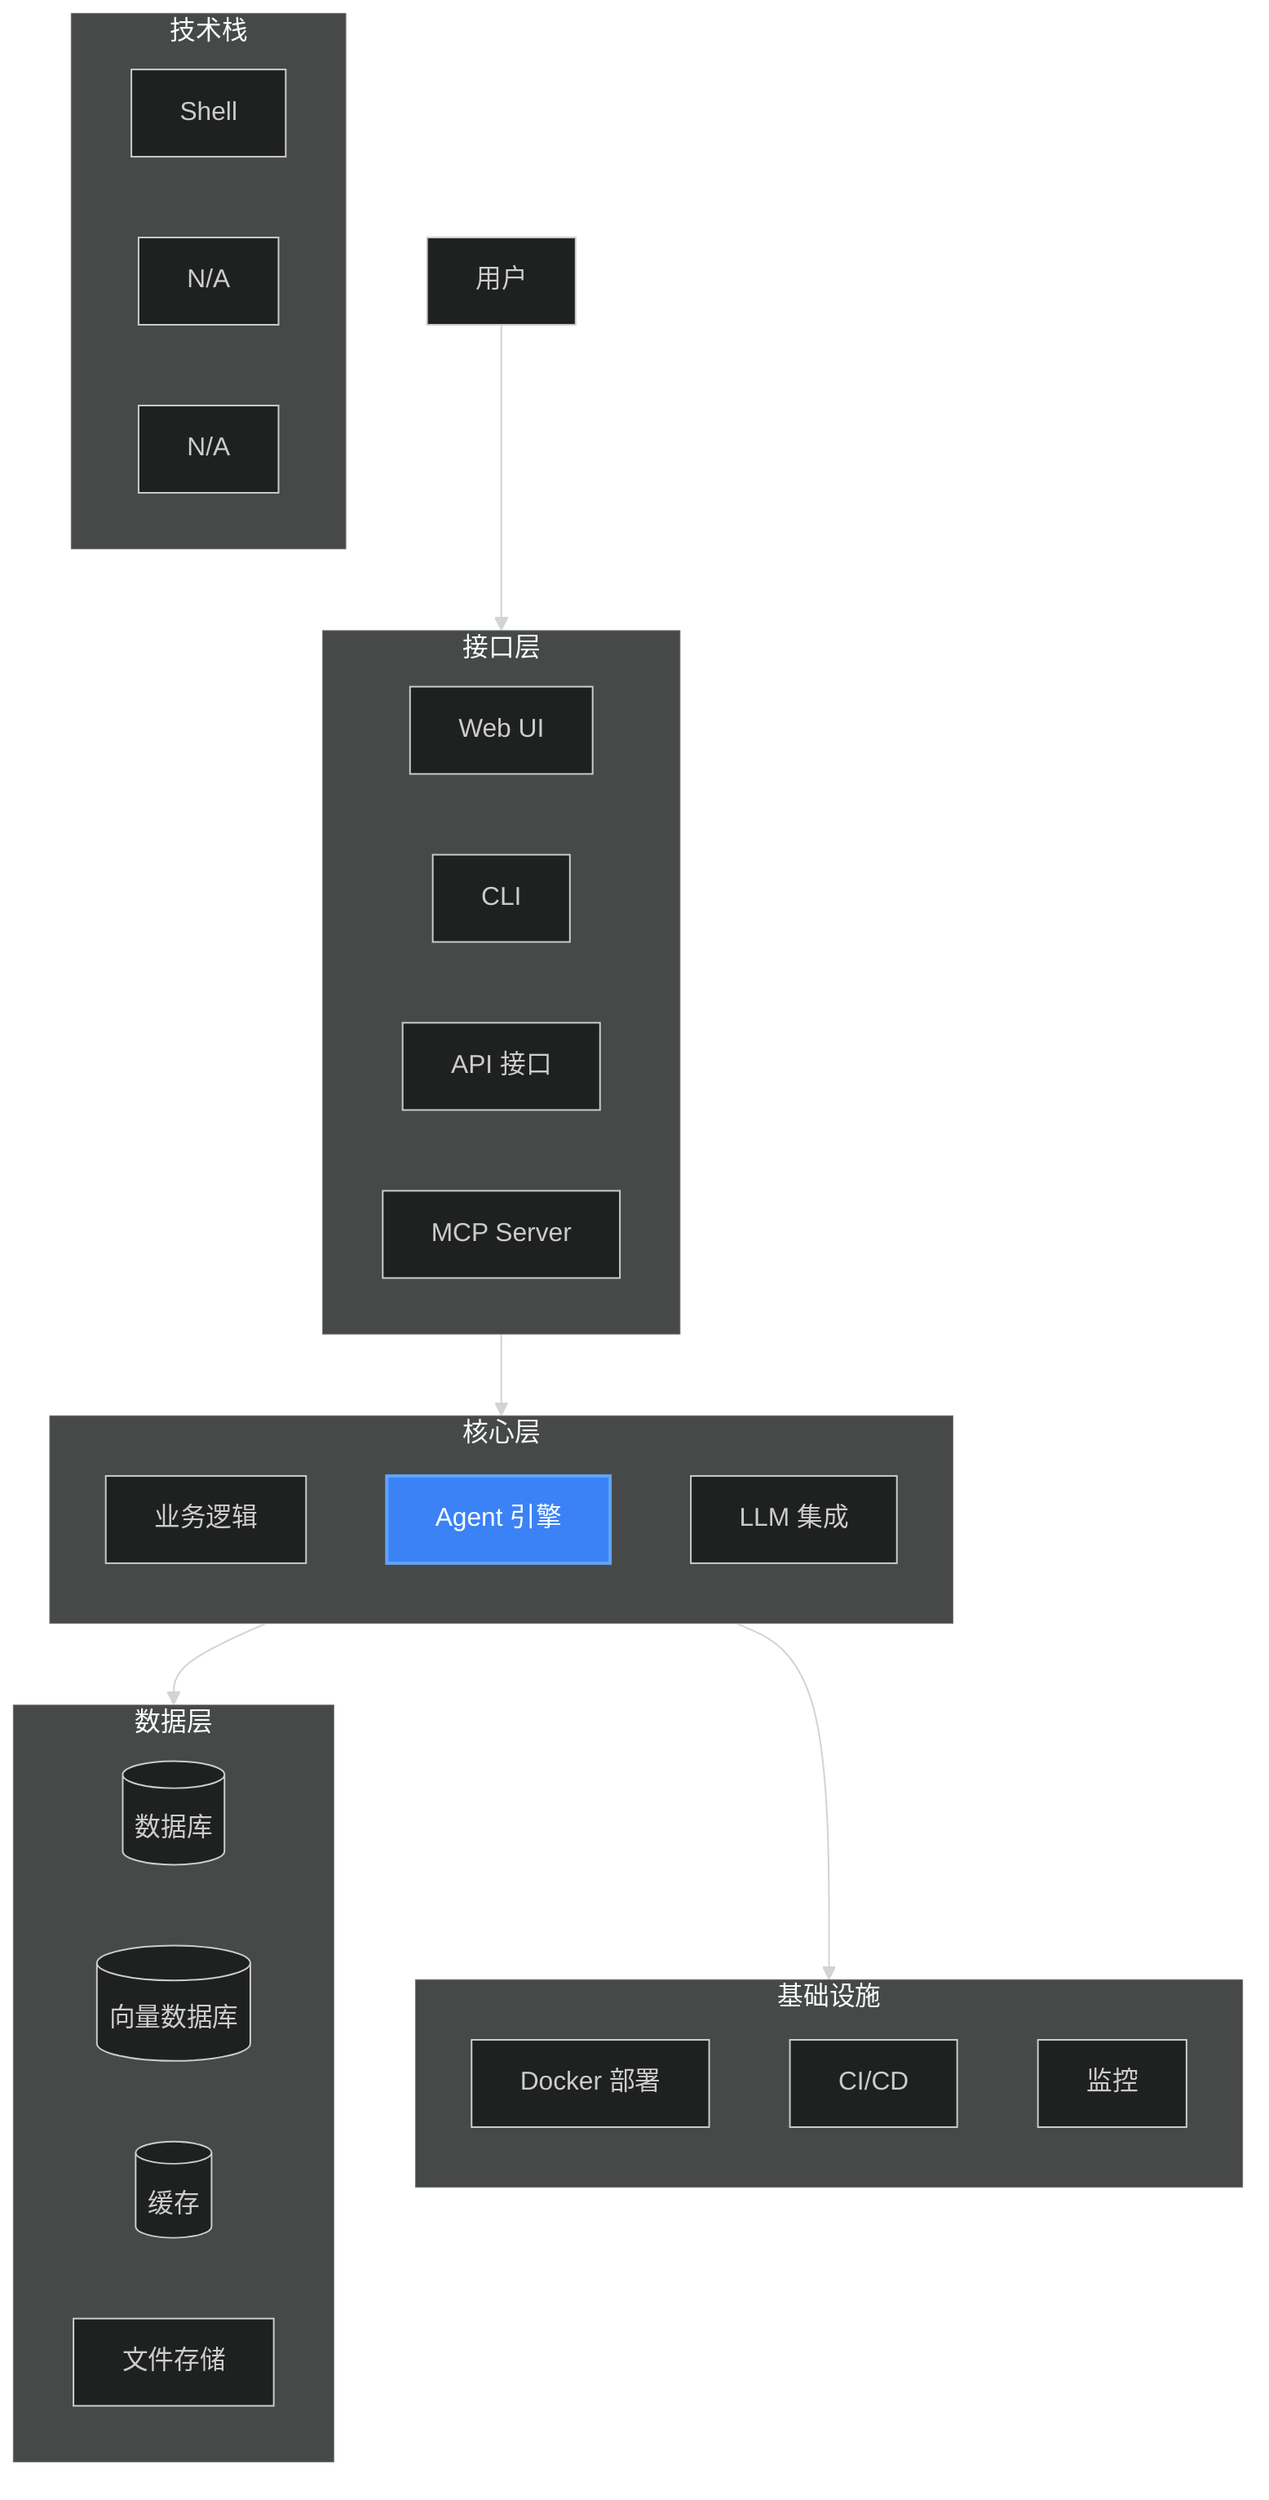
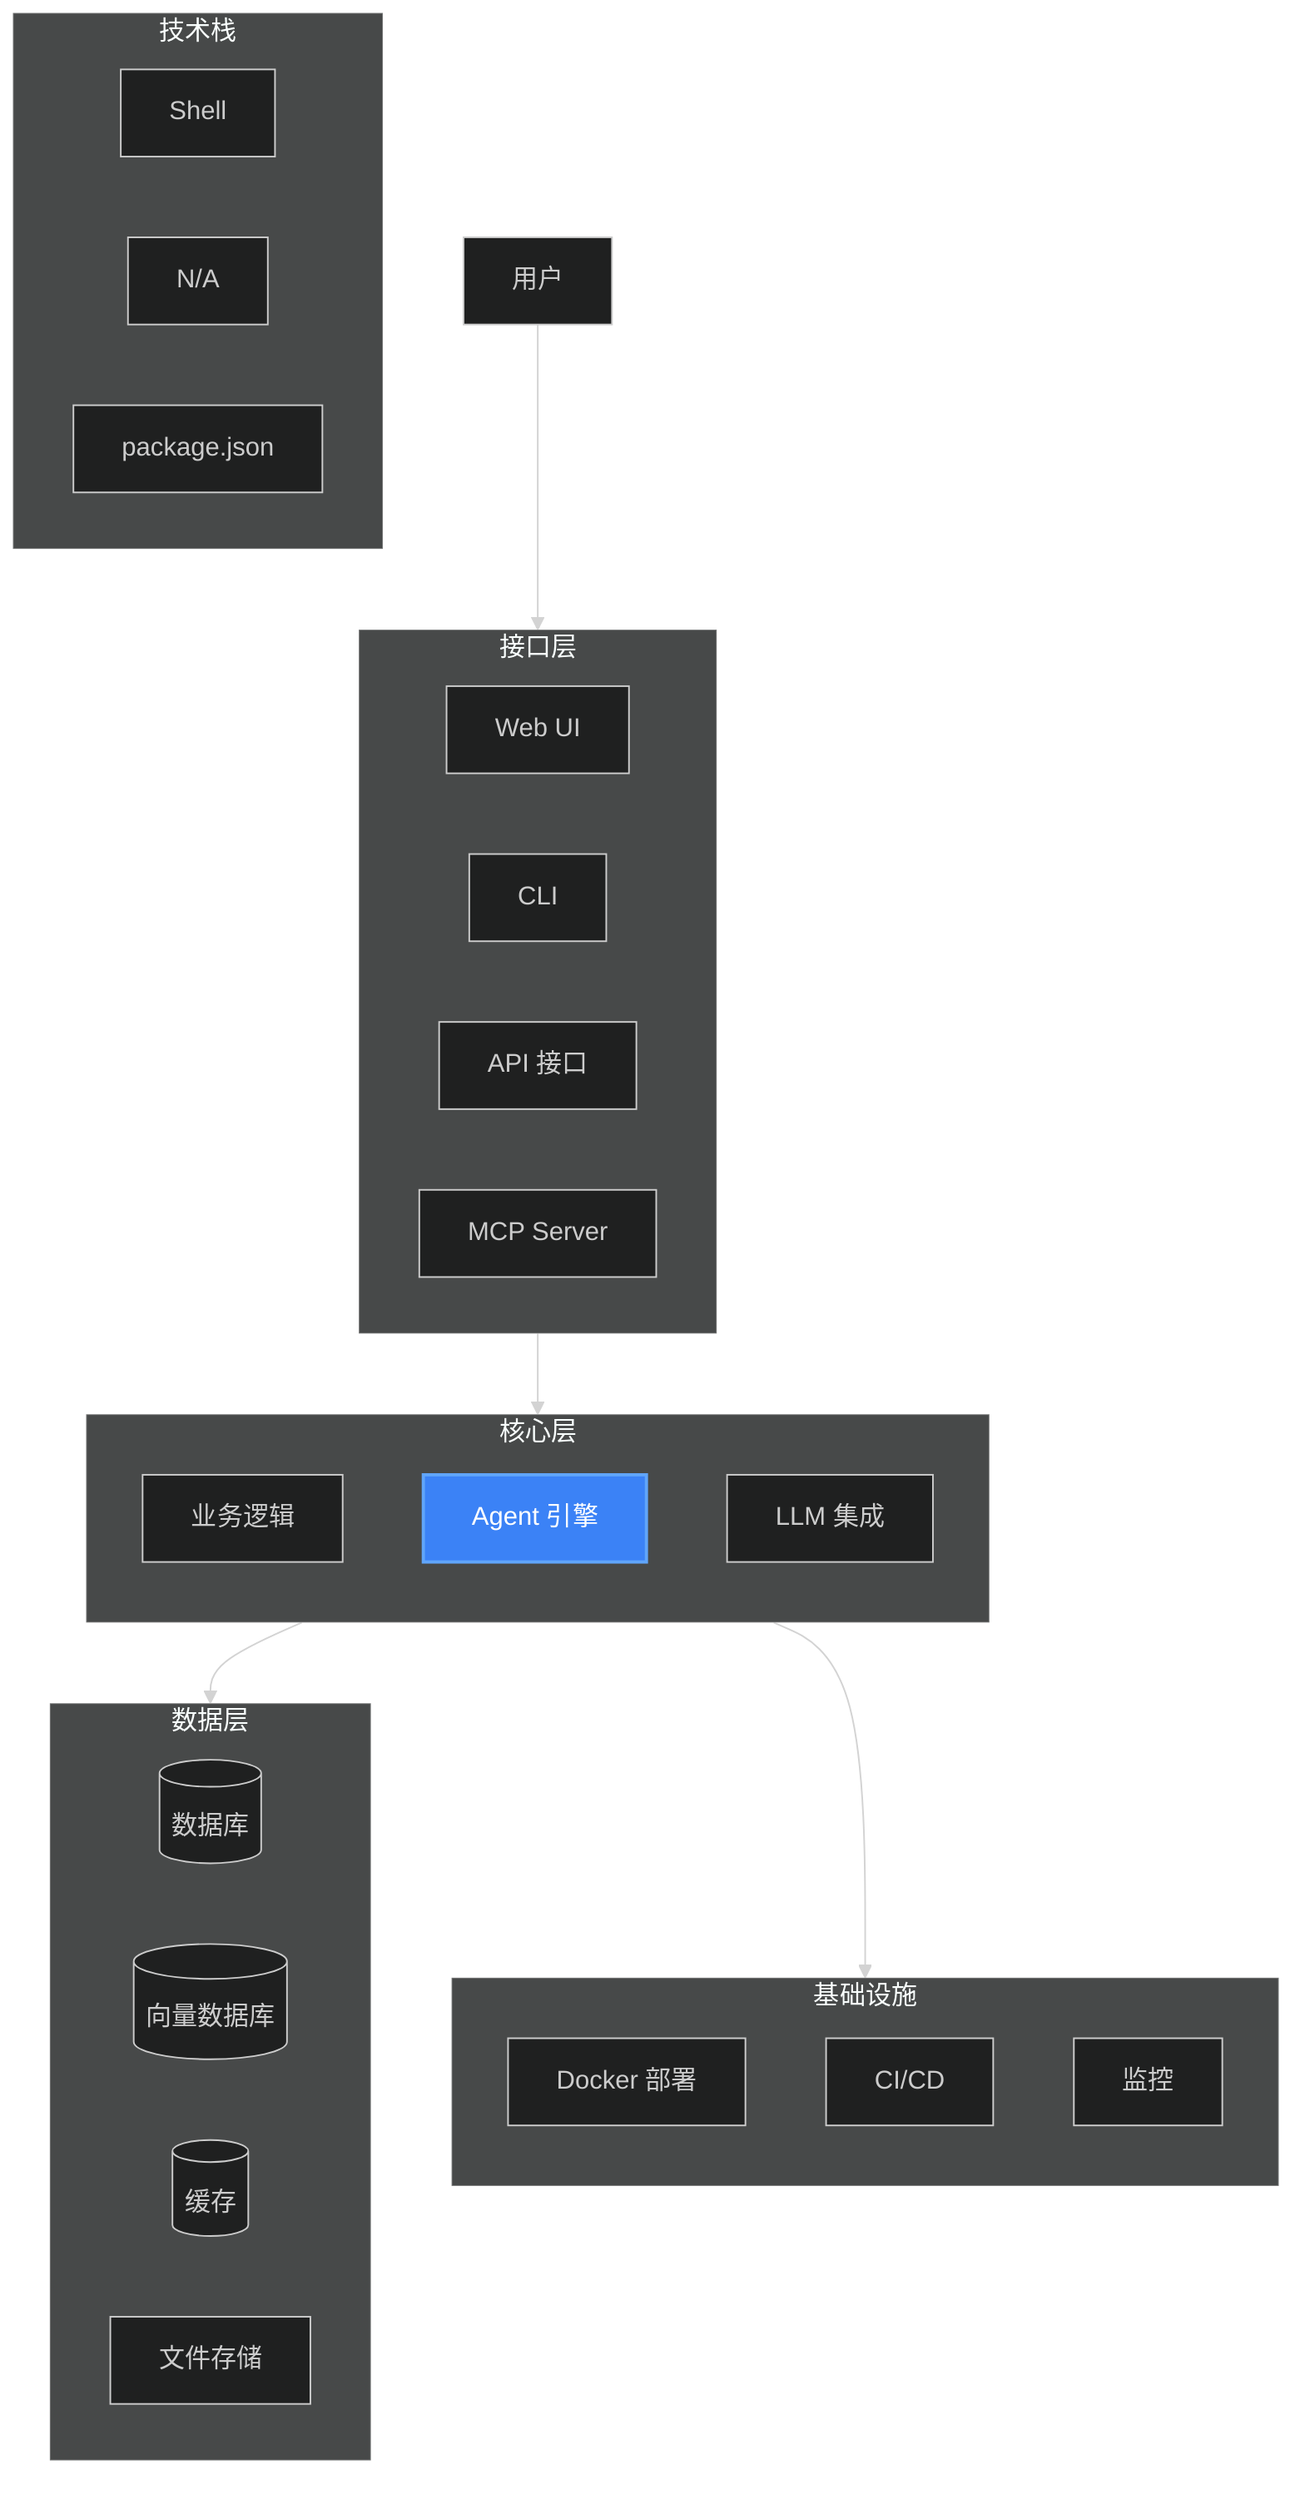
%%{init: {'theme': 'dark'}}%%
graph TB
    User[用户] --> Interface[接口层]

    subgraph Interface[接口层]
        direction LR
        WebUI[Web UI]
        CLI[CLI]
        API[API 接口]
        MCP[MCP Server]
    end

    subgraph Core[核心层]
        direction TB
        Business[业务逻辑]
        AgentEngine[Agent 引擎]:::highlight
        LLM[LLM 集成]
    end

    subgraph Data[数据层]
        direction LR
        Database[(数据库)]
        VectorDB[(向量数据库)]
        Cache[(缓存)]
        Files[文件存储]
    end

    subgraph Infra[基础设施]
        direction TB
        Docker[Docker 部署]
        CI/CD[CI/CD]
        Monitoring[监控]
    end

    Interface --> Core
    Core --> Data
    Core --> Infra

    classDef highlight fill:#3b82f6,stroke:#60a5fa,stroke-width:2px,color:white

    %% 技术栈信息
    subgraph TechStack[技术栈]
        direction LR
        Lang[Shell]
        FW[N/A]
-         Deps[N/A]
+         Deps[package.json]
    end
